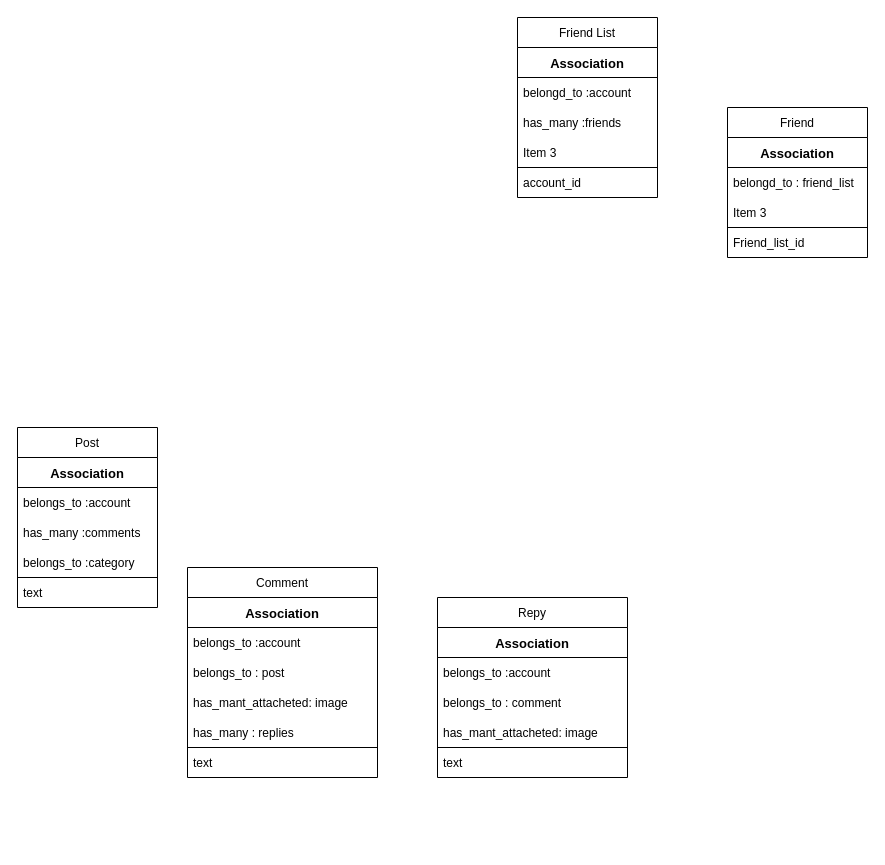
Iamyuvraj143/GSTraining keeps this draw.io diagram as Friendsez Database design.drawio. Above is the earlier version. Source tidied: cells renumbered, new cells numbered last; positions are measured from the earlier drawing's top-left corner, leaving out a move shared by most shapes. Both pictures are drawn from the tidied source at 100%, with x=0, y=0 at pixel (17, 17).
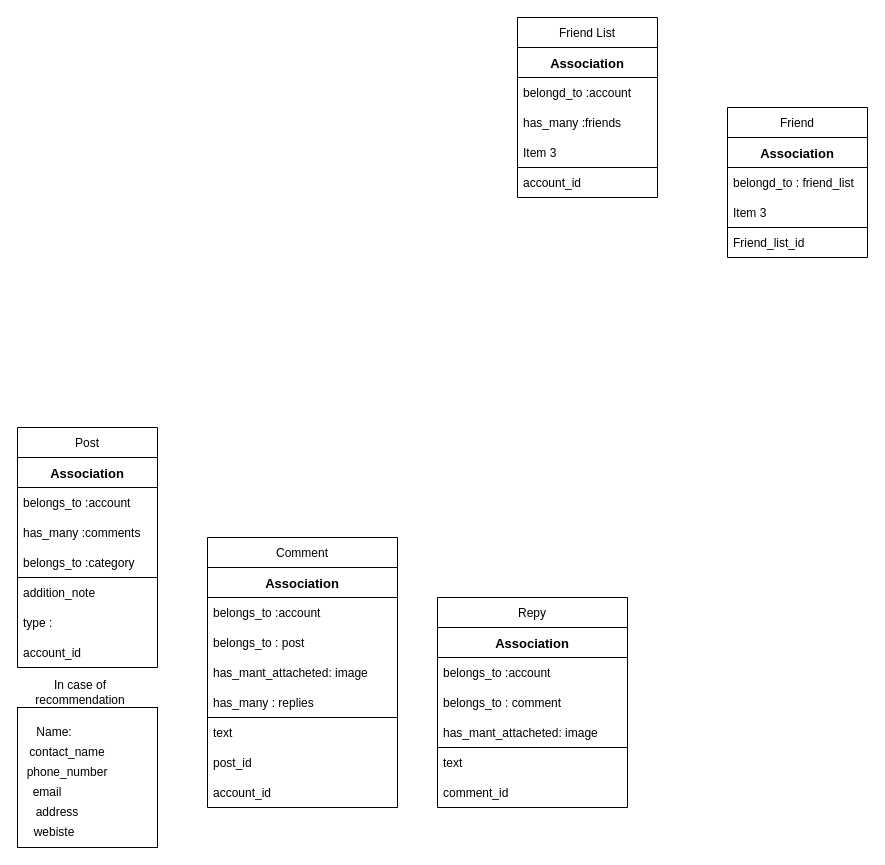
The same diagram, later.

The edit, as a diff of the source:
```diff
@@
     <mxCell id="2" value="Post" style="swimlane;fontStyle=0;horizontal=1;startSize=30;" parent="1" vertex="1">
-      <mxGeometry y="410" width="140" height="180" as="geometry" />
+      <mxGeometry y="410" width="140" height="240" as="geometry" />
     </mxCell>
@@
-    <mxCell id="7" value="text" style="text;strokeColor=none;fillColor=none;align=left;verticalAlign=middle;spacingLeft=4;spacingRight=4;overflow=hidden;" parent="2" vertex="1">
+    <mxCell id="7" value="addition_note" style="text;strokeColor=none;fillColor=none;align=left;verticalAlign=middle;spacingLeft=4;spacingRight=4;overflow=hidden;" parent="2" vertex="1">
       <mxGeometry y="150" width="140" height="30" as="geometry" />
     </mxCell>
+    <mxCell id="32" value="type :" style="text;strokeColor=none;fillColor=none;align=left;verticalAlign=middle;spacingLeft=4;spacingRight=4;overflow=hidden;" parent="2" vertex="1">
+      <mxGeometry y="180" width="140" height="30" as="geometry" />
+    </mxCell>
+    <mxCell id="33" value="account_id" style="text;strokeColor=none;fillColor=none;align=left;verticalAlign=middle;spacingLeft=4;spacingRight=4;overflow=hidden;" parent="2" vertex="1">
+      <mxGeometry y="210" width="140" height="30" as="geometry" />
+    </mxCell>
@@
     <mxCell id="19" value="Comment" style="swimlane;fontStyle=0;horizontal=1;startSize=30;" parent="1" vertex="1">
-      <mxGeometry x="170" y="550" width="190" height="210" as="geometry" />
+      <mxGeometry x="190" y="520" width="190" height="270" as="geometry" />
     </mxCell>
@@
+    <mxCell id="34" value="post_id" style="text;strokeColor=none;fillColor=none;align=left;verticalAlign=middle;spacingLeft=4;spacingRight=4;overflow=hidden;" parent="19" vertex="1">
+      <mxGeometry y="210" width="190" height="30" as="geometry" />
+    </mxCell>
+    <mxCell id="35" value="account_id" style="text;strokeColor=none;fillColor=none;align=left;verticalAlign=middle;spacingLeft=4;spacingRight=4;overflow=hidden;" parent="19" vertex="1">
+      <mxGeometry y="240" width="190" height="30" as="geometry" />
+    </mxCell>
     <mxCell id="26" value="Repy" style="swimlane;fontStyle=0;horizontal=1;startSize=30;" parent="1" vertex="1">
-      <mxGeometry x="420" y="580" width="190" height="180" as="geometry" />
+      <mxGeometry x="420" y="580" width="190" height="210" as="geometry" />
     </mxCell>
@@
+    <mxCell id="36" value="comment_id" style="text;strokeColor=none;fillColor=none;align=left;verticalAlign=middle;spacingLeft=4;spacingRight=4;overflow=hidden;" parent="26" vertex="1">
+      <mxGeometry y="180" width="190" height="30" as="geometry" />
+    </mxCell>
+    <mxCell id="37" style="whiteSpace=wrap;html=1;" parent="1" vertex="1">
+      <mxGeometry y="690" width="140" height="140" as="geometry" />
+    </mxCell>
+    <mxCell id="38" value="In case of recommendation" style="text;html=1;strokeColor=none;fillColor=none;align=center;verticalAlign=middle;whiteSpace=wrap;rounded=0;" parent="1" vertex="1">
+      <mxGeometry y="660" width="126" height="30" as="geometry" />
+    </mxCell>
+    <mxCell id="39" value="Name:" style="text;html=1;strokeColor=none;fillColor=none;align=center;verticalAlign=middle;whiteSpace=wrap;rounded=0;" parent="1" vertex="1">
+      <mxGeometry x="7" y="700" width="60" height="30" as="geometry" />
+    </mxCell>
+    <mxCell id="40" value="contact_name" style="text;html=1;strokeColor=none;fillColor=none;align=center;verticalAlign=middle;whiteSpace=wrap;rounded=0;" parent="1" vertex="1">
+      <mxGeometry x="20" y="720" width="60" height="30" as="geometry" />
+    </mxCell>
+    <mxCell id="41" value="phone_number" style="text;html=1;strokeColor=none;fillColor=none;align=center;verticalAlign=middle;whiteSpace=wrap;rounded=0;" parent="1" vertex="1">
+      <mxGeometry x="20" y="740" width="60" height="30" as="geometry" />
+    </mxCell>
+    <mxCell id="42" value="email" style="text;html=1;strokeColor=none;fillColor=none;align=center;verticalAlign=middle;whiteSpace=wrap;rounded=0;" parent="1" vertex="1">
+      <mxGeometry y="760" width="60" height="30" as="geometry" />
+    </mxCell>
+    <mxCell id="43" value="address" style="text;html=1;strokeColor=none;fillColor=none;align=center;verticalAlign=middle;whiteSpace=wrap;rounded=0;" parent="1" vertex="1">
+      <mxGeometry x="10" y="780" width="60" height="30" as="geometry" />
+    </mxCell>
+    <mxCell id="44" value="webiste" style="text;html=1;strokeColor=none;fillColor=none;align=center;verticalAlign=middle;whiteSpace=wrap;rounded=0;" parent="1" vertex="1">
+      <mxGeometry x="7" y="800" width="60" height="30" as="geometry" />
+    </mxCell>
```
